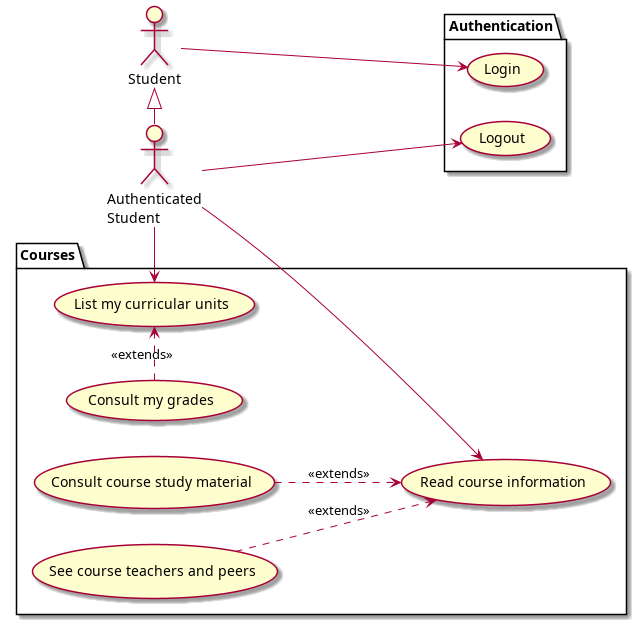
The PlantUML diagram docs/images/use_cases.png in NanD0245/feup-esof, before a commit.
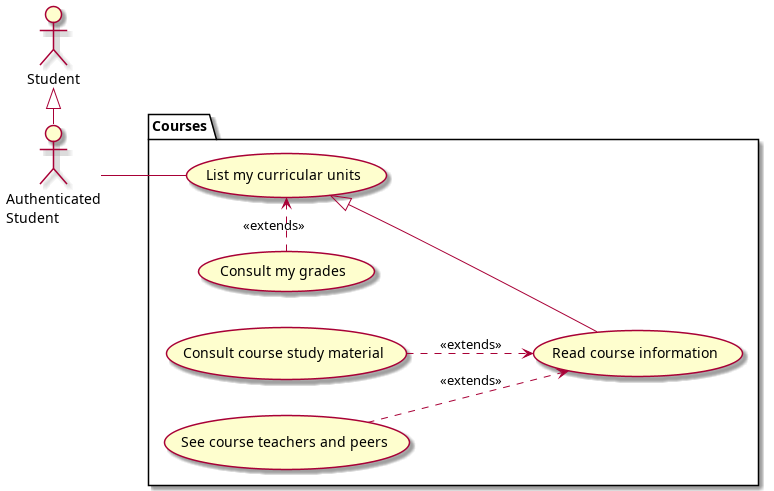
After the commit.

Commit message:
Export use cases image

Change to the diagram source:
```diff
@@ -5,24 +5,17 @@
     actor :Authenticated\nStudent: as AuthStudent
     Student <|- AuthStudent
 
-    package Authentication {
-        usecase (Login) as U1
-        usecase (Logout) as U2
+    package Courses {
+        usecase (List my curricular units) as U1
+        usecase (Consult my grades) as U2
+        U2 .> U1 : <<extends>>
+        usecase (Read course information) as U3
+        usecase (Consult course study material) as U4
+        usecase (See course teachers and peers) as U5
+        U4 ..> U3 : <<extends>>
+        U5 ..> U3 : <<extends>>
     }
 
-    package Courses {
-        usecase (List my curricular units) as U3
-        usecase (Consult my grades) as U4
-        U4 .> U3 : <<extends>>
-        usecase (Read course information) as U5
-        usecase (Consult course study material) as U6
-        usecase (See course teachers and peers) as U7
-        U6 ..> U5 : <<extends>>
-        U7 ..> U5 : <<extends>>
-    }
-
-    Student --> U1
-    AuthStudent --> U2
-    AuthStudent -> U3
-    AuthStudent -> U5
+    AuthStudent -- U1
+    U1 <|-- U3
 @enduml
```
